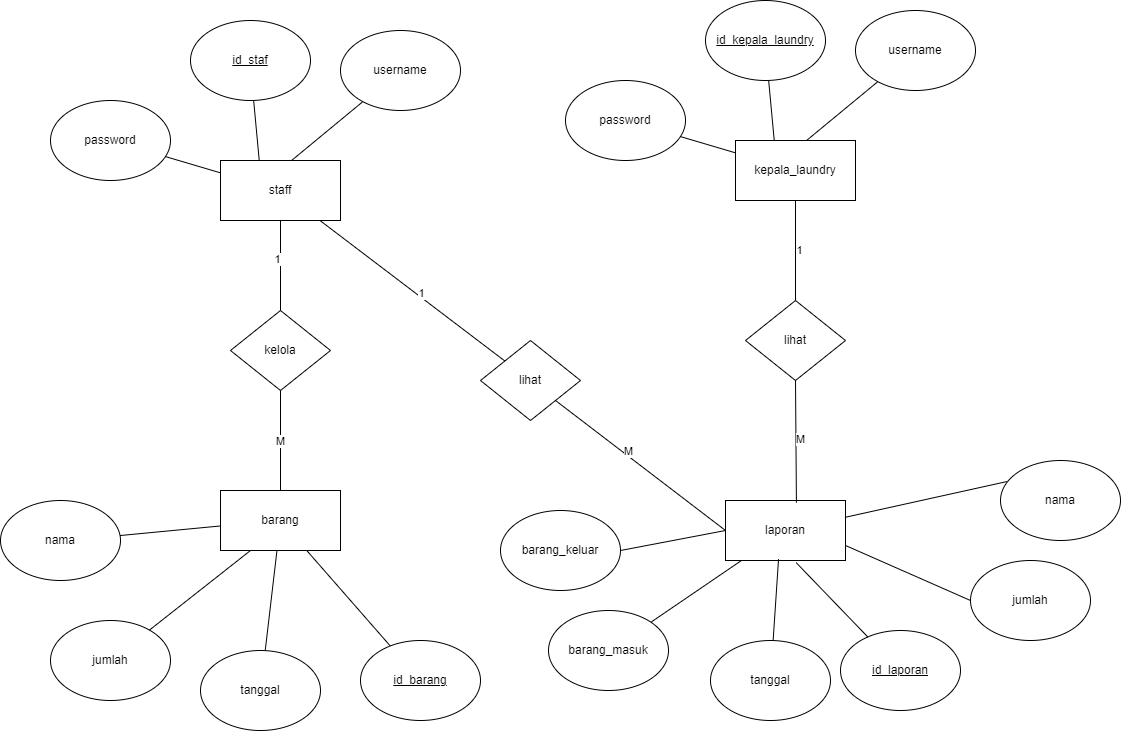
Before: Image SRS/ERD.png, a diagram exported from draw.io (lutfiainnun/Kelompok6). Source tidied: cells renumbered, new cells last; positions are measured from the earlier drawing's top-left corner, leaving out a move shared by most shapes.
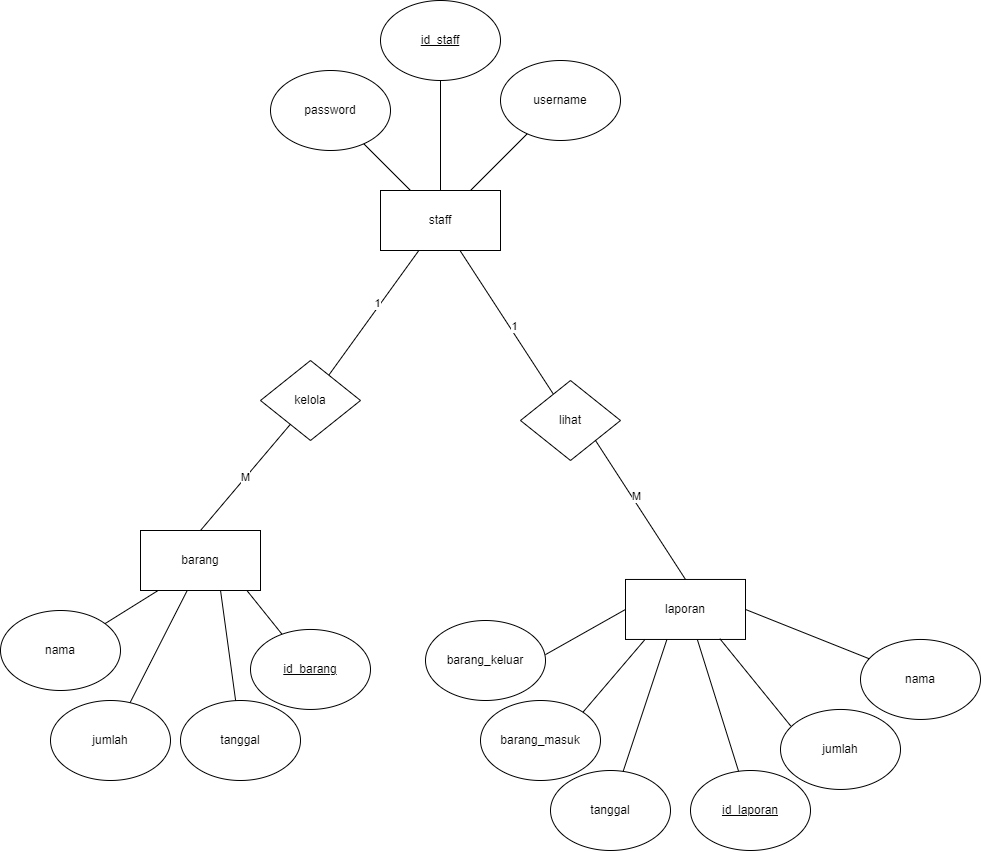
After the commit.

Diff of the diagram source:
```diff
@@ -2,34 +2,34 @@
   <root>
     <mxCell id="0" />
     <mxCell id="1" parent="0" />
-    <mxCell id="2" value="&lt;u&gt;id_staf&lt;/u&gt;" style="ellipse;whiteSpace=wrap;html=1;" parent="1" vertex="1">
-      <mxGeometry x="190" y="20" width="120" height="80" as="geometry" />
+    <mxCell id="2" value="&lt;u&gt;id_staff&lt;/u&gt;" style="ellipse;whiteSpace=wrap;html=1;" parent="1" vertex="1">
+      <mxGeometry x="460" y="-40" width="120" height="80" as="geometry" />
     </mxCell>
     <mxCell id="3" value="username" style="ellipse;whiteSpace=wrap;html=1;" parent="1" vertex="1">
-      <mxGeometry x="340" y="30" width="120" height="80" as="geometry" />
+      <mxGeometry x="580" y="20" width="120" height="80" as="geometry" />
     </mxCell>
     <mxCell id="4" value="password" style="ellipse;whiteSpace=wrap;html=1;" parent="1" vertex="1">
-      <mxGeometry x="50" y="100" width="120" height="80" as="geometry" />
+      <mxGeometry x="350" y="30" width="120" height="80" as="geometry" />
     </mxCell>
-    <mxCell id="5" style="endArrow=none;html=1;rounded=0;" parent="1" edge="1" source="4" target="8">
+    <mxCell id="5" style="endArrow=none;html=1;rounded=0;entryX=0.25;entryY=0;entryDx=0;entryDy=0;" parent="1" edge="1" source="4" target="8">
       <mxGeometry relative="1" as="geometry" />
     </mxCell>
-    <mxCell id="6" style="endArrow=none;html=1;rounded=0;entryX=0.324;entryY=0.026;entryDx=0;entryDy=0;entryPerimeter=0;" parent="1" edge="1" source="2" target="8">
+    <mxCell id="6" style="endArrow=none;html=1;rounded=0;" parent="1" edge="1" source="2" target="8">
       <mxGeometry relative="1" as="geometry" />
     </mxCell>
-    <mxCell id="7" style="endArrow=none;html=1;rounded=0;exitX=0.594;exitY=-0.003;exitDx=0;exitDy=0;exitPerimeter=0;" parent="1" edge="1" source="8" target="3">
+    <mxCell id="7" style="endArrow=none;html=1;rounded=0;" parent="1" edge="1" source="8" target="3">
       <mxGeometry relative="1" as="geometry" />
     </mxCell>
     <mxCell id="8" value="staff" style="rounded=0;whiteSpace=wrap;html=1;" parent="1" vertex="1">
-      <mxGeometry x="220" y="160" width="120" height="60" as="geometry" />
+      <mxGeometry x="460" y="150" width="120" height="60" as="geometry" />
     </mxCell>
     <mxCell id="9" value="barang" style="rounded=0;whiteSpace=wrap;html=1;" parent="1" vertex="1">
       <mxGeometry x="220" y="490" width="120" height="60" as="geometry" />
     </mxCell>
     <mxCell id="10" value="kelola" style="rhombus;whiteSpace=wrap;html=1;" parent="1" vertex="1">
-      <mxGeometry x="230" y="310" width="100" height="80" as="geometry" />
+      <mxGeometry x="340" y="320" width="100" height="80" as="geometry" />
     </mxCell>
-    <mxCell id="11" style="endArrow=none;html=1;rounded=0;entryX=0.5;entryY=0;entryDx=0;entryDy=0;" parent="1" edge="1" source="8" target="10">
+    <mxCell id="11" style="endArrow=none;html=1;rounded=0;" parent="1" edge="1" source="8" target="10">
       <mxGeometry relative="1" as="geometry" />
     </mxCell>
     <mxCell id="12" value="1" style="edgeLabel;html=1;align=center;verticalAlign=middle;" parent="11" vertex="1">
@@ -39,31 +39,31 @@
       <mxGeometry relative="1" as="geometry" />
     </mxCell>
     <mxCell id="14" value="jumlah" style="ellipse;whiteSpace=wrap;html=1;" parent="1" vertex="1">
-      <mxGeometry x="50" y="620" width="120" height="80" as="geometry" />
+      <mxGeometry x="130" y="660" width="120" height="80" as="geometry" />
     </mxCell>
     <mxCell id="15" value="tanggal" style="ellipse;whiteSpace=wrap;html=1;" parent="1" vertex="1">
-      <mxGeometry x="200" y="650" width="120" height="80" as="geometry" />
+      <mxGeometry x="260" y="660" width="120" height="80" as="geometry" />
     </mxCell>
     <mxCell id="16" value="nama" style="ellipse;whiteSpace=wrap;html=1;" parent="1" vertex="1">
-      <mxGeometry y="500" width="120" height="80" as="geometry" />
+      <mxGeometry x="80" y="570" width="120" height="80" as="geometry" />
     </mxCell>
-    <mxCell id="17" style="endArrow=none;html=1;rounded=0;" parent="1" edge="1" source="16" target="9">
+    <mxCell id="17" style="endArrow=none;html=1;rounded=0;entryX=0.142;entryY=1.006;entryDx=0;entryDy=0;entryPerimeter=0;" parent="1" edge="1" source="16" target="9">
       <mxGeometry relative="1" as="geometry" />
     </mxCell>
-    <mxCell id="18" style="endArrow=none;html=1;rounded=0;exitX=0.25;exitY=1;exitDx=0;exitDy=0;" parent="1" edge="1" source="9" target="14">
+    <mxCell id="18" style="endArrow=none;html=1;rounded=0;exitX=0.389;exitY=1.001;exitDx=0;exitDy=0;exitPerimeter=0;" parent="1" edge="1" source="9" target="14">
       <mxGeometry relative="1" as="geometry" />
     </mxCell>
-    <mxCell id="19" style="endArrow=none;html=1;rounded=0;" parent="1" edge="1" source="9" target="15">
+    <mxCell id="19" style="endArrow=none;html=1;rounded=0;exitX=0.667;exitY=1;exitDx=0;exitDy=0;exitPerimeter=0;" parent="1" edge="1" source="9" target="15">
       <mxGeometry relative="1" as="geometry" />
     </mxCell>
-    <mxCell id="20" style="endArrow=none;html=1;rounded=0;" parent="1" edge="1" source="9" target="21">
+    <mxCell id="20" style="endArrow=none;html=1;rounded=0;exitX=0.887;exitY=1.001;exitDx=0;exitDy=0;exitPerimeter=0;" parent="1" edge="1" source="9" target="21">
       <mxGeometry relative="1" as="geometry" />
     </mxCell>
     <mxCell id="21" value="&lt;u&gt;id_barang&lt;/u&gt;" style="ellipse;whiteSpace=wrap;html=1;" parent="1" vertex="1">
-      <mxGeometry x="360" y="640" width="120" height="80" as="geometry" />
+      <mxGeometry x="330" y="589" width="120" height="80" as="geometry" />
     </mxCell>
     <mxCell id="22" value="lihat" style="rhombus;whiteSpace=wrap;html=1;" parent="1" vertex="1">
-      <mxGeometry x="480" y="340" width="100" height="80" as="geometry" />
+      <mxGeometry x="600" y="340" width="100" height="80" as="geometry" />
     </mxCell>
     <mxCell id="23" style="endArrow=none;html=1;rounded=0;" parent="1" edge="1" source="8" target="22">
       <mxGeometry relative="1" as="geometry" />
@@ -72,85 +72,49 @@
       <mxGeometry x="0.07" y="4" relative="1" as="geometry" />
     </mxCell>
     <mxCell id="25" value="laporan" style="rounded=0;whiteSpace=wrap;html=1;" parent="1" vertex="1">
-      <mxGeometry x="725" y="500" width="120" height="60" as="geometry" />
+      <mxGeometry x="705" y="539" width="120" height="60" as="geometry" />
     </mxCell>
-    <mxCell id="26" style="endArrow=none;html=1;rounded=0;exitX=1;exitY=1;exitDx=0;exitDy=0;entryX=0;entryY=0.5;entryDx=0;entryDy=0;" parent="1" edge="1" source="22" target="25">
+    <mxCell id="26" style="endArrow=none;html=1;rounded=0;exitX=1;exitY=1;exitDx=0;exitDy=0;entryX=0.5;entryY=0;entryDx=0;entryDy=0;" parent="1" edge="1" source="22" target="25">
       <mxGeometry relative="1" as="geometry" />
     </mxCell>
     <mxCell id="27" value="M" style="edgeLabel;html=1;align=center;verticalAlign=middle;" parent="26" vertex="1">
       <mxGeometry x="-0.17" y="4" relative="1" as="geometry" />
     </mxCell>
     <mxCell id="28" value="&lt;u&gt;id_laporan&lt;/u&gt;" style="ellipse;whiteSpace=wrap;html=1;" parent="1" vertex="1">
-      <mxGeometry x="840" y="630" width="120" height="80" as="geometry" />
+      <mxGeometry x="770" y="730" width="120" height="80" as="geometry" />
     </mxCell>
     <mxCell id="29" value="tanggal" style="ellipse;whiteSpace=wrap;html=1;" parent="1" vertex="1">
-      <mxGeometry x="710" y="640" width="120" height="80" as="geometry" />
+      <mxGeometry x="630" y="730" width="120" height="80" as="geometry" />
     </mxCell>
     <mxCell id="30" value="jumlah" style="ellipse;whiteSpace=wrap;html=1;" parent="1" vertex="1">
-      <mxGeometry x="970" y="560" width="120" height="80" as="geometry" />
+      <mxGeometry x="860" y="669" width="120" height="80" as="geometry" />
     </mxCell>
     <mxCell id="31" value="nama" style="ellipse;whiteSpace=wrap;html=1;" parent="1" vertex="1">
-      <mxGeometry x="1000" y="460" width="120" height="80" as="geometry" />
+      <mxGeometry x="940" y="599" width="120" height="80" as="geometry" />
     </mxCell>
     <mxCell id="32" value="barang_masuk" style="ellipse;whiteSpace=wrap;html=1;" parent="1" vertex="1">
-      <mxGeometry x="548" y="610" width="120" height="80" as="geometry" />
+      <mxGeometry x="560" y="660" width="120" height="80" as="geometry" />
     </mxCell>
     <mxCell id="33" value="barang_keluar" style="ellipse;whiteSpace=wrap;html=1;" parent="1" vertex="1">
-      <mxGeometry x="500" y="510" width="120" height="80" as="geometry" />
+      <mxGeometry x="505" y="580" width="120" height="80" as="geometry" />
     </mxCell>
-    <mxCell id="34" style="endArrow=none;html=1;rounded=0;entryX=1;entryY=0;entryDx=0;entryDy=0;" parent="1" edge="1" source="25" target="32">
+    <mxCell id="34" style="endArrow=none;html=1;rounded=0;entryX=1;entryY=0;entryDx=0;entryDy=0;exitX=0.161;exitY=1.004;exitDx=0;exitDy=0;exitPerimeter=0;" parent="1" edge="1" source="25" target="32">
       <mxGeometry relative="1" as="geometry" />
     </mxCell>
-    <mxCell id="35" style="endArrow=none;html=1;rounded=0;exitX=0.442;exitY=0.977;exitDx=0;exitDy=0;exitPerimeter=0;" parent="1" edge="1" source="25" target="29">
+    <mxCell id="35" style="endArrow=none;html=1;rounded=0;exitX=0.345;exitY=1;exitDx=0;exitDy=0;exitPerimeter=0;" parent="1" edge="1" source="25" target="29">
       <mxGeometry relative="1" as="geometry" />
     </mxCell>
-    <mxCell id="36" style="endArrow=none;html=1;rounded=0;exitX=0.589;exitY=1.036;exitDx=0;exitDy=0;exitPerimeter=0;" parent="1" edge="1" source="25" target="28">
+    <mxCell id="36" style="endArrow=none;html=1;rounded=0;exitX=0.599;exitY=1.003;exitDx=0;exitDy=0;exitPerimeter=0;" parent="1" edge="1" source="25" target="28">
       <mxGeometry relative="1" as="geometry" />
     </mxCell>
-    <mxCell id="37" style="endArrow=none;html=1;rounded=0;exitX=1;exitY=0.75;exitDx=0;exitDy=0;entryX=0;entryY=0.5;entryDx=0;entryDy=0;" parent="1" edge="1" source="25" target="30">
+    <mxCell id="37" style="endArrow=none;html=1;rounded=0;entryX=0.085;entryY=0.206;entryDx=0;entryDy=0;entryPerimeter=0;exitX=0.786;exitY=0.987;exitDx=0;exitDy=0;exitPerimeter=0;" parent="1" edge="1" source="25" target="30">
       <mxGeometry relative="1" as="geometry" />
     </mxCell>
-    <mxCell id="38" style="endArrow=none;html=1;rounded=0;entryX=1;entryY=0.5;entryDx=0;entryDy=0;exitX=0;exitY=0.5;exitDx=0;exitDy=0;" parent="1" edge="1" source="25" target="33">
+    <mxCell id="38" style="endArrow=none;html=1;rounded=0;entryX=0.999;entryY=0.427;entryDx=0;entryDy=0;exitX=0;exitY=0.5;exitDx=0;exitDy=0;entryPerimeter=0;" parent="1" edge="1" source="25" target="33">
       <mxGeometry relative="1" as="geometry" />
     </mxCell>
-    <mxCell id="39" style="endArrow=none;html=1;rounded=0;exitX=0.054;exitY=0.263;exitDx=0;exitDy=0;exitPerimeter=0;" parent="1" edge="1" source="31" target="25">
+    <mxCell id="39" style="endArrow=none;html=1;rounded=0;entryX=1;entryY=0.5;entryDx=0;entryDy=0;" parent="1" edge="1" source="31" target="25">
       <mxGeometry relative="1" as="geometry" />
     </mxCell>
-    <mxCell id="40" value="&lt;u&gt;id_kepala_laundry&lt;/u&gt;" style="ellipse;whiteSpace=wrap;html=1;" parent="1" vertex="1">
-      <mxGeometry x="705" width="120" height="80" as="geometry" />
-    </mxCell>
-    <mxCell id="41" value="username" style="ellipse;whiteSpace=wrap;html=1;" parent="1" vertex="1">
-      <mxGeometry x="855" y="10" width="120" height="80" as="geometry" />
-    </mxCell>
-    <mxCell id="42" value="password" style="ellipse;whiteSpace=wrap;html=1;" parent="1" vertex="1">
-      <mxGeometry x="565" y="80" width="120" height="80" as="geometry" />
-    </mxCell>
-    <mxCell id="43" style="endArrow=none;html=1;rounded=0;" parent="1" edge="1" source="42" target="46">
-      <mxGeometry relative="1" as="geometry" />
-    </mxCell>
-    <mxCell id="44" style="endArrow=none;html=1;rounded=0;entryX=0.324;entryY=0.026;entryDx=0;entryDy=0;entryPerimeter=0;" parent="1" edge="1" source="40" target="46">
-      <mxGeometry relative="1" as="geometry" />
-    </mxCell>
-    <mxCell id="45" style="endArrow=none;html=1;rounded=0;exitX=0.594;exitY=-0.003;exitDx=0;exitDy=0;exitPerimeter=0;" parent="1" edge="1" source="46" target="41">
-      <mxGeometry relative="1" as="geometry" />
-    </mxCell>
-    <mxCell id="46" value="kepala_laundry" style="rounded=0;whiteSpace=wrap;html=1;" parent="1" vertex="1">
-      <mxGeometry x="735" y="140" width="120" height="60" as="geometry" />
-    </mxCell>
-    <mxCell id="47" value="lihat" style="rhombus;whiteSpace=wrap;html=1;" parent="1" vertex="1">
-      <mxGeometry x="745" y="300" width="100" height="80" as="geometry" />
-    </mxCell>
-    <mxCell id="48" style="endArrow=none;html=1;rounded=0;exitX=0.5;exitY=0;exitDx=0;exitDy=0;entryX=0.5;entryY=1;entryDx=0;entryDy=0;" parent="1" edge="1" source="47" target="46">
-      <mxGeometry relative="1" as="geometry" />
-    </mxCell>
-    <mxCell id="49" value="1" style="edgeLabel;html=1;align=center;verticalAlign=middle;" parent="48" vertex="1">
-      <mxGeometry x="0.02" y="-3" relative="1" as="geometry" />
-    </mxCell>
-    <mxCell id="50" style="endArrow=none;html=1;rounded=0;entryX=0.5;entryY=1;entryDx=0;entryDy=0;exitX=0.591;exitY=0.036;exitDx=0;exitDy=0;exitPerimeter=0;" parent="1" edge="1" source="25" target="47">
-      <mxGeometry relative="1" as="geometry" />
-    </mxCell>
-    <mxCell id="51" value="M" style="edgeLabel;html=1;align=center;verticalAlign=middle;" parent="50" vertex="1">
-      <mxGeometry x="0.05" y="-4" relative="1" as="geometry" />
-    </mxCell>
   </root>
 </mxGraphModel>
```
